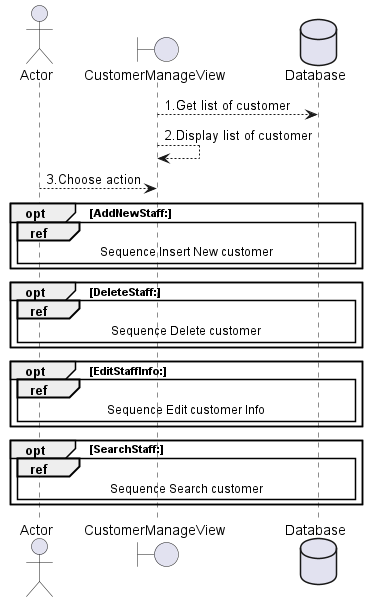
Before: Lab 1/Lab1.2/Sequence Diagram/export/QL khach hang.png, a diagram exported from PlantUML (vanlinh1602/SE357-Pratice-class). Source of this version:
```plantuml
@startuml QL khach hang

actor Actor
boundary CustomerManageView
database Database

CustomerManageView  --> Database: 1.Get list of customer
CustomerManageView  --> CustomerManageView : 2.Display list of customer
Actor --> CustomerManageView : 3.Choose action

opt AddNewStaff:
    ref over Actor, CustomerManageView , Database: Sequence Insert New customer
end

opt DeleteStaff:
    ref over Actor, CustomerManageView , Database: Sequence Delete customer
end

opt EditStaffInfo:
    ref over Actor, CustomerManageView , Database: Sequence Edit customer Info
end

opt SearchStaff:
    ref over Actor, CustomerManageView , Database: Sequence Search customer
end

@enduml
```
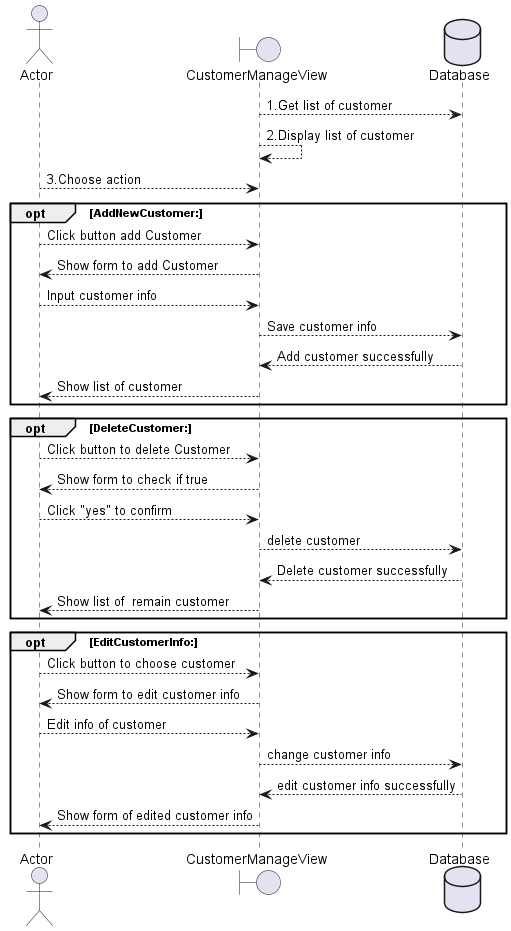
The same diagram one commit later.

What changed in the source:
```diff
@@ -8,20 +8,33 @@
 CustomerManageView  --> CustomerManageView : 2.Display list of customer
 Actor --> CustomerManageView : 3.Choose action
 
-opt AddNewStaff:
-    ref over Actor, CustomerManageView , Database: Sequence Insert New customer
+opt AddNewCustomer:
+Actor --> CustomerManageView: Click button add Customer
+CustomerManageView --> Actor: Show form to add Customer
+Actor --> CustomerManageView: Input customer info
+CustomerManageView --> Database: Save customer info
+Database --> CustomerManageView: Add customer successfully
+CustomerManageView --> Actor: Show list of customer
 end
 
-opt DeleteStaff:
-    ref over Actor, CustomerManageView , Database: Sequence Delete customer
+opt DeleteCustomer:
+Actor --> CustomerManageView: Click button to delete Customer
+CustomerManageView --> Actor: Show form to check if true
+Actor --> CustomerManageView: Click "yes" to confirm
+CustomerManageView --> Database: delete customer
+Database --> CustomerManageView: Delete customer successfully
+CustomerManageView --> Actor: Show list of  remain customer
 end
 
-opt EditStaffInfo:
-    ref over Actor, CustomerManageView , Database: Sequence Edit customer Info
+
+opt EditCustomerInfo:
+Actor --> CustomerManageView: Click button to choose customer
+CustomerManageView --> Actor: Show form to edit customer info
+Actor --> CustomerManageView: Edit info of customer
+CustomerManageView --> Database:  change customer info
+Database --> CustomerManageView: edit customer info successfully
+CustomerManageView --> Actor: Show form of edited customer info
 end
 
-opt SearchStaff:
-    ref over Actor, CustomerManageView , Database: Sequence Search customer
-end
 
 @enduml
```
